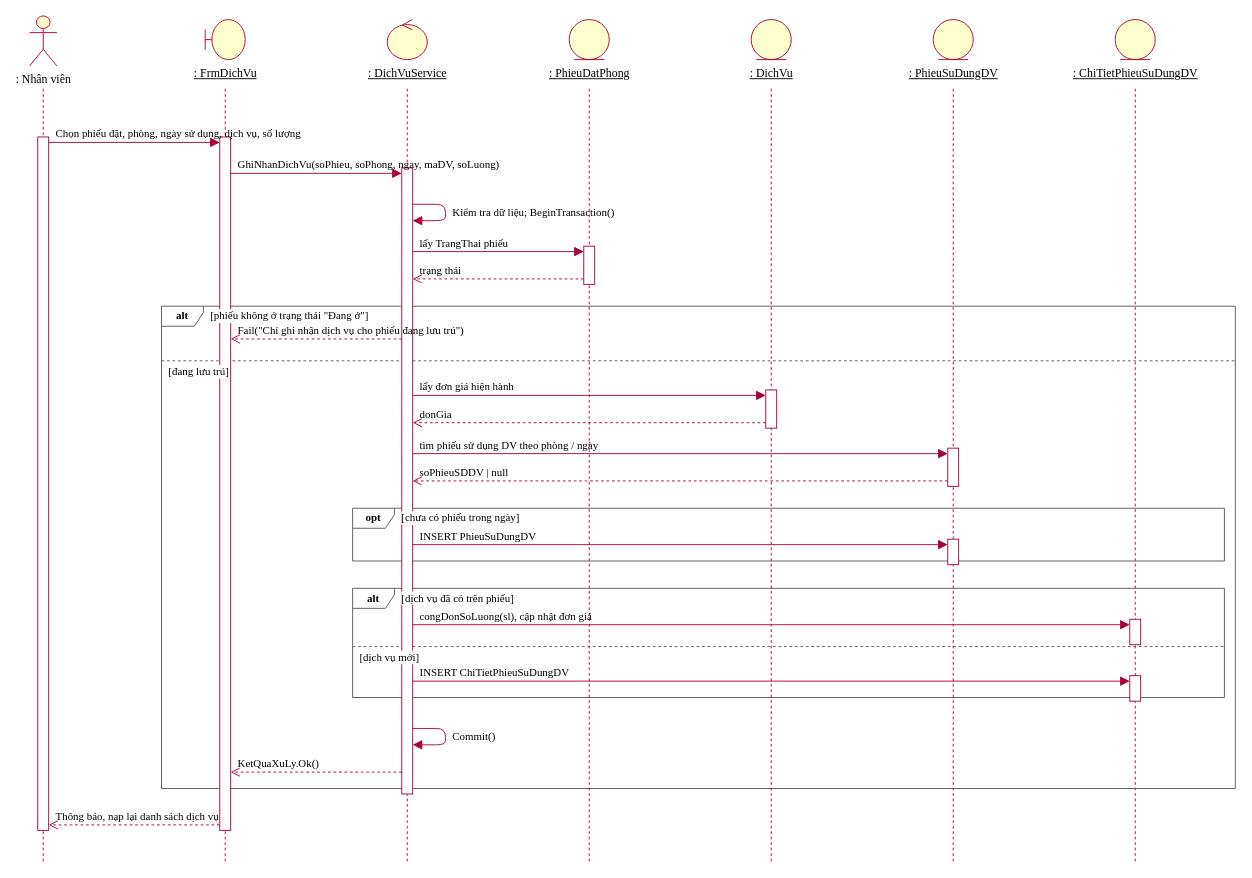
Before: IMAGES/LAB3/H5_Sequence_GhiNhanDichVu.drawio in nguyenquocan5432-bot/LAB_AT_OOSD, a draw.io diagram. Source tidied: cells renumbered, new cells numbered last; positions are measured from the earlier drawing's top-left corner, leaving out a move shared by most shapes. Both pictures are drawn from the tidied source at 91%, with x=0, y=0 at pixel (29, 15).
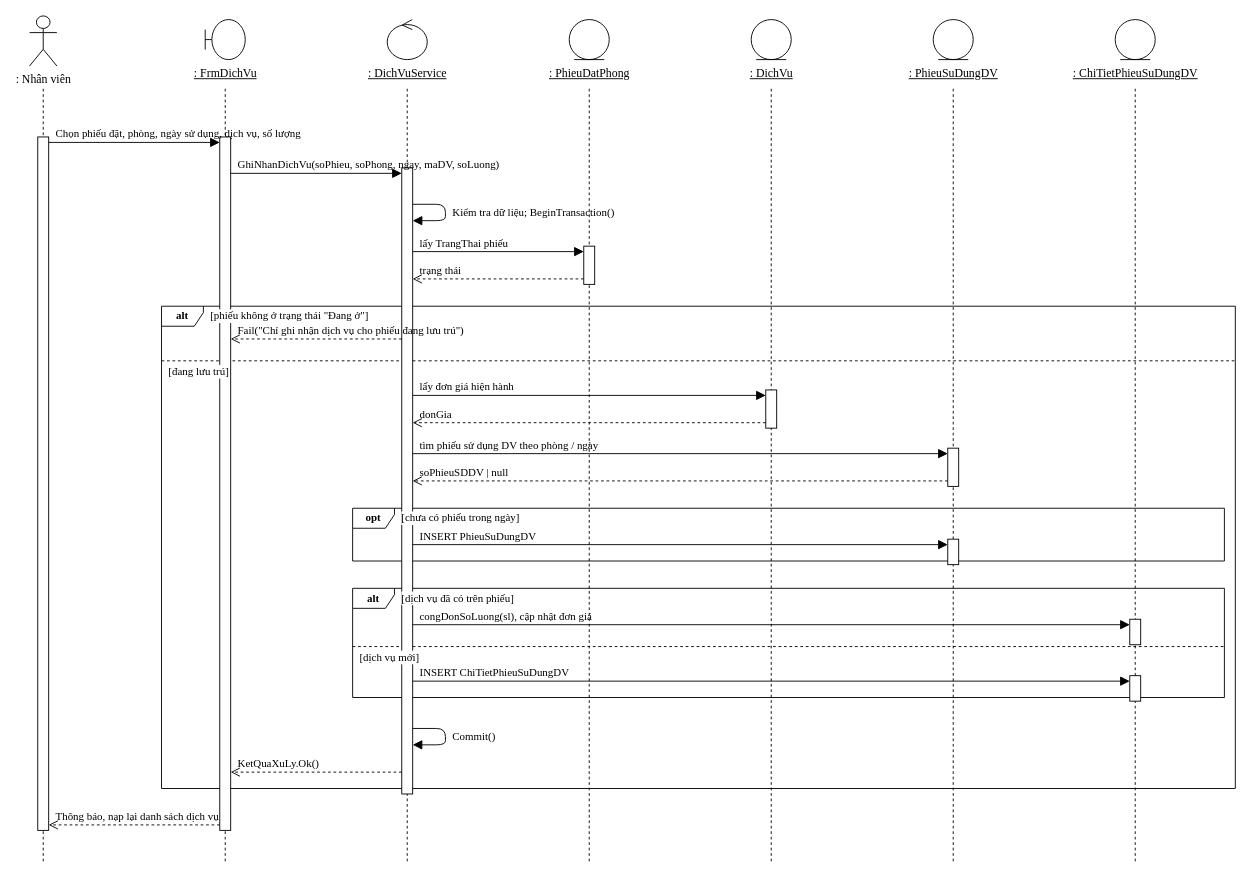
The same diagram, later.

Change to the diagram source:
```diff
@@
-    <mxCell id="2" value=": Nhân viên" style="shape=umlActor;verticalLabelPosition=bottom;verticalAlign=top;html=1;fillColor=#FEFECE;strokeColor=#A80036;fontFamily=Times New Roman;fontSize=13;" parent="1" vertex="1">
+    <mxCell id="2" value=": Nhân viên" style="shape=umlActor;verticalLabelPosition=bottom;verticalAlign=top;html=1;fontFamily=Times New Roman;fontSize=13;" parent="1" vertex="1">
       <mxGeometry width="30" height="55" as="geometry" />
     </mxCell>
-    <mxCell id="3" style="endArrow=none;html=1;dashed=1;strokeColor=#A80036;" parent="1" edge="1">
+    <mxCell id="3" style="endArrow=none;html=1;dashed=1;" parent="1" edge="1">
       <mxGeometry relative="1" as="geometry">
         <mxPoint x="15" y="80" as="sourcePoint" />
         <mxPoint x="15" y="929" as="targetPoint" />
       </mxGeometry>
     </mxCell>
-    <mxCell id="4" style="shape=umlBoundary;whiteSpace=wrap;html=1;fillColor=#FEFECE;strokeColor=#A80036;" parent="1" vertex="1">
+    <mxCell id="4" style="shape=umlBoundary;whiteSpace=wrap;html=1;" parent="1" vertex="1">
       <mxGeometry x="193" y="4" width="44" height="44" as="geometry" />
     </mxCell>
@@
-    <mxCell id="6" style="endArrow=none;html=1;dashed=1;strokeColor=#A80036;" parent="1" edge="1">
+    <mxCell id="6" style="endArrow=none;html=1;dashed=1;" parent="1" edge="1">
       <mxGeometry relative="1" as="geometry">
         <mxPoint x="215" y="80" as="sourcePoint" />
         <mxPoint x="215" y="929" as="targetPoint" />
       </mxGeometry>
     </mxCell>
-    <mxCell id="7" style="ellipse;shape=umlControl;whiteSpace=wrap;html=1;fillColor=#FEFECE;strokeColor=#A80036;" parent="1" vertex="1">
+    <mxCell id="7" style="ellipse;shape=umlControl;whiteSpace=wrap;html=1;" parent="1" vertex="1">
       <mxGeometry x="393" y="4" width="44" height="44" as="geometry" />
     </mxCell>
@@
-    <mxCell id="9" style="endArrow=none;html=1;dashed=1;strokeColor=#A80036;" parent="1" edge="1">
+    <mxCell id="9" style="endArrow=none;html=1;dashed=1;" parent="1" edge="1">
       <mxGeometry relative="1" as="geometry">
         <mxPoint x="415" y="80" as="sourcePoint" />
         <mxPoint x="415" y="929" as="targetPoint" />
       </mxGeometry>
     </mxCell>
-    <mxCell id="10" style="ellipse;shape=umlEntity;whiteSpace=wrap;html=1;fillColor=#FEFECE;strokeColor=#A80036;" parent="1" vertex="1">
+    <mxCell id="10" style="ellipse;shape=umlEntity;whiteSpace=wrap;html=1;" parent="1" vertex="1">
       <mxGeometry x="593" y="4" width="44" height="44" as="geometry" />
     </mxCell>
@@
-    <mxCell id="12" style="endArrow=none;html=1;dashed=1;strokeColor=#A80036;" parent="1" edge="1">
+    <mxCell id="12" style="endArrow=none;html=1;dashed=1;" parent="1" edge="1">
       <mxGeometry relative="1" as="geometry">
         <mxPoint x="615" y="80" as="sourcePoint" />
         <mxPoint x="615" y="929" as="targetPoint" />
       </mxGeometry>
     </mxCell>
-    <mxCell id="13" style="ellipse;shape=umlEntity;whiteSpace=wrap;html=1;fillColor=#FEFECE;strokeColor=#A80036;" parent="1" vertex="1">
+    <mxCell id="13" style="ellipse;shape=umlEntity;whiteSpace=wrap;html=1;" parent="1" vertex="1">
       <mxGeometry x="793" y="4" width="44" height="44" as="geometry" />
     </mxCell>
@@
-    <mxCell id="15" style="endArrow=none;html=1;dashed=1;strokeColor=#A80036;" parent="1" edge="1">
+    <mxCell id="15" style="endArrow=none;html=1;dashed=1;" parent="1" edge="1">
       <mxGeometry relative="1" as="geometry">
         <mxPoint x="815" y="80" as="sourcePoint" />
         <mxPoint x="815" y="929" as="targetPoint" />
       </mxGeometry>
     </mxCell>
-    <mxCell id="16" style="ellipse;shape=umlEntity;whiteSpace=wrap;html=1;fillColor=#FEFECE;strokeColor=#A80036;" parent="1" vertex="1">
+    <mxCell id="16" style="ellipse;shape=umlEntity;whiteSpace=wrap;html=1;" parent="1" vertex="1">
       <mxGeometry x="993" y="4" width="44" height="44" as="geometry" />
     </mxCell>
@@
-    <mxCell id="18" style="endArrow=none;html=1;dashed=1;strokeColor=#A80036;" parent="1" edge="1">
+    <mxCell id="18" style="endArrow=none;html=1;dashed=1;" parent="1" edge="1">
       <mxGeometry relative="1" as="geometry">
         <mxPoint x="1015" y="80" as="sourcePoint" />
         <mxPoint x="1015" y="929" as="targetPoint" />
       </mxGeometry>
     </mxCell>
-    <mxCell id="19" style="ellipse;shape=umlEntity;whiteSpace=wrap;html=1;fillColor=#FEFECE;strokeColor=#A80036;" parent="1" vertex="1">
+    <mxCell id="19" style="ellipse;shape=umlEntity;whiteSpace=wrap;html=1;" parent="1" vertex="1">
       <mxGeometry x="1193" y="4" width="44" height="44" as="geometry" />
     </mxCell>
@@
-    <mxCell id="21" style="endArrow=none;html=1;dashed=1;strokeColor=#A80036;" parent="1" edge="1">
+    <mxCell id="21" style="endArrow=none;html=1;dashed=1;" parent="1" edge="1">
       <mxGeometry relative="1" as="geometry">
         <mxPoint x="1215" y="80" as="sourcePoint" />
         <mxPoint x="1215" y="929" as="targetPoint" />
       </mxGeometry>
     </mxCell>
-    <mxCell id="22" value="alt" style="shape=umlFrame;whiteSpace=wrap;html=1;width=46;height=22;fillColor=none;strokeColor=#555555;fontFamily=Times New Roman;fontSize=12;fontStyle=1;" parent="1" vertex="1">
+    <mxCell id="22" value="alt" style="shape=umlFrame;whiteSpace=wrap;html=1;width=46;height=22;fontFamily=Times New Roman;fontSize=12;fontStyle=1;" parent="1" vertex="1">
       <mxGeometry x="145" y="319" width="1180" height="530" as="geometry" />
     </mxCell>
-    <mxCell id="23" style="endArrow=none;html=1;dashed=1;strokeColor=#555555;" parent="1" edge="1">
+    <mxCell id="23" style="endArrow=none;html=1;dashed=1;" parent="1" edge="1">
       <mxGeometry relative="1" as="geometry">
         <mxPoint x="145" y="379" as="sourcePoint" />
         <mxPoint x="1325" y="379" as="targetPoint" />
       </mxGeometry>
     </mxCell>
-    <mxCell id="24" value="opt" style="shape=umlFrame;whiteSpace=wrap;html=1;width=46;height=22;fillColor=none;strokeColor=#555555;fontFamily=Times New Roman;fontSize=12;fontStyle=1;" parent="1" vertex="1">
+    <mxCell id="24" value="opt" style="shape=umlFrame;whiteSpace=wrap;html=1;width=46;height=22;fontFamily=Times New Roman;fontSize=12;fontStyle=1;" parent="1" vertex="1">
       <mxGeometry x="355" y="541" width="958" height="58" as="geometry" />
     </mxCell>
-    <mxCell id="25" value="alt" style="shape=umlFrame;whiteSpace=wrap;html=1;width=46;height=22;fillColor=none;strokeColor=#555555;fontFamily=Times New Roman;fontSize=12;fontStyle=1;" parent="1" vertex="1">
+    <mxCell id="25" value="alt" style="shape=umlFrame;whiteSpace=wrap;html=1;width=46;height=22;fontFamily=Times New Roman;fontSize=12;fontStyle=1;" parent="1" vertex="1">
       <mxGeometry x="355" y="629" width="958" height="120" as="geometry" />
     </mxCell>
-    <mxCell id="26" style="endArrow=none;html=1;dashed=1;strokeColor=#555555;" parent="1" edge="1">
+    <mxCell id="26" style="endArrow=none;html=1;dashed=1;" parent="1" edge="1">
       <mxGeometry relative="1" as="geometry">
         <mxPoint x="355" y="693" as="sourcePoint" />
         <mxPoint x="1313" y="693" as="targetPoint" />
       </mxGeometry>
     </mxCell>
-    <mxCell id="27" style="rounded=0;whiteSpace=wrap;html=1;fillColor=#FFFFFF;strokeColor=#A80036;" parent="1" vertex="1">
+    <mxCell id="27" style="rounded=0;whiteSpace=wrap;html=1;" parent="1" vertex="1">
       <mxGeometry x="609" y="253" width="12" height="42" as="geometry" />
     </mxCell>
-    <mxCell id="28" style="rounded=0;whiteSpace=wrap;html=1;fillColor=#FFFFFF;strokeColor=#A80036;" parent="1" vertex="1">
+    <mxCell id="28" style="rounded=0;whiteSpace=wrap;html=1;" parent="1" vertex="1">
       <mxGeometry x="809" y="411" width="12" height="42" as="geometry" />
     </mxCell>
-    <mxCell id="29" style="rounded=0;whiteSpace=wrap;html=1;fillColor=#FFFFFF;strokeColor=#A80036;" parent="1" vertex="1">
+    <mxCell id="29" style="rounded=0;whiteSpace=wrap;html=1;" parent="1" vertex="1">
       <mxGeometry x="1009" y="475" width="12" height="42" as="geometry" />
     </mxCell>
-    <mxCell id="30" style="rounded=0;whiteSpace=wrap;html=1;fillColor=#FFFFFF;strokeColor=#A80036;" parent="1" vertex="1">
+    <mxCell id="30" style="rounded=0;whiteSpace=wrap;html=1;" parent="1" vertex="1">
       <mxGeometry x="1009" y="575" width="12" height="28" as="geometry" />
     </mxCell>
-    <mxCell id="31" style="rounded=0;whiteSpace=wrap;html=1;fillColor=#FFFFFF;strokeColor=#A80036;" parent="1" vertex="1">
+    <mxCell id="31" style="rounded=0;whiteSpace=wrap;html=1;" parent="1" vertex="1">
       <mxGeometry x="1209" y="663" width="12" height="28" as="geometry" />
     </mxCell>
-    <mxCell id="32" style="rounded=0;whiteSpace=wrap;html=1;fillColor=#FFFFFF;strokeColor=#A80036;" parent="1" vertex="1">
+    <mxCell id="32" style="rounded=0;whiteSpace=wrap;html=1;" parent="1" vertex="1">
       <mxGeometry x="1209" y="725" width="12" height="28" as="geometry" />
     </mxCell>
-    <mxCell id="33" style="rounded=0;whiteSpace=wrap;html=1;fillColor=#FFFFFF;strokeColor=#A80036;" parent="1" vertex="1">
+    <mxCell id="33" style="rounded=0;whiteSpace=wrap;html=1;" parent="1" vertex="1">
       <mxGeometry x="409" y="167" width="12" height="688" as="geometry" />
     </mxCell>
-    <mxCell id="34" style="rounded=0;whiteSpace=wrap;html=1;fillColor=#FFFFFF;strokeColor=#A80036;" parent="1" vertex="1">
+    <mxCell id="34" style="rounded=0;whiteSpace=wrap;html=1;" parent="1" vertex="1">
       <mxGeometry x="209" y="133" width="12" height="762" as="geometry" />
     </mxCell>
-    <mxCell id="35" style="rounded=0;whiteSpace=wrap;html=1;fillColor=#FFFFFF;strokeColor=#A80036;" parent="1" vertex="1">
+    <mxCell id="35" style="rounded=0;whiteSpace=wrap;html=1;" parent="1" vertex="1">
       <mxGeometry x="9" y="133" width="12" height="762" as="geometry" />
     </mxCell>
@@
-    <mxCell id="41" value="Chọn phiếu đặt, phòng, ngày sử dụng, dịch vụ, số lượng" style="html=1;endArrow=block;endFill=1;endSize=8;strokeColor=#A80036;fontFamily=Times New Roman;fontSize=12;verticalAlign=bottom;align=left;spacingLeft=6;labelBackgroundColor=none;" parent="1" edge="1">
+    <mxCell id="41" value="Chọn phiếu đặt, phòng, ngày sử dụng, dịch vụ, số lượng" style="html=1;endArrow=block;endFill=1;endSize=8;fontFamily=Times New Roman;fontSize=12;verticalAlign=bottom;align=left;spacingLeft=6;labelBackgroundColor=none;" parent="1" edge="1">
       <mxGeometry x="-1" relative="1" as="geometry">
         <mxPoint x="21" y="139" as="sourcePoint" />
         <mxPoint x="209" y="139" as="targetPoint" />
       </mxGeometry>
     </mxCell>
-    <mxCell id="42" value="GhiNhanDichVu(soPhieu, soPhong, ngay, maDV, soLuong)" style="html=1;endArrow=block;endFill=1;endSize=8;strokeColor=#A80036;fontFamily=Times New Roman;fontSize=12;verticalAlign=bottom;align=left;spacingLeft=6;labelBackgroundColor=none;" parent="1" edge="1">
+    <mxCell id="42" value="GhiNhanDichVu(soPhieu, soPhong, ngay, maDV, soLuong)" style="html=1;endArrow=block;endFill=1;endSize=8;fontFamily=Times New Roman;fontSize=12;verticalAlign=bottom;align=left;spacingLeft=6;labelBackgroundColor=none;" parent="1" edge="1">
       <mxGeometry x="-1" relative="1" as="geometry">
         <mxPoint x="221" y="173" as="sourcePoint" />
         <mxPoint x="409" y="173" as="targetPoint" />
       </mxGeometry>
     </mxCell>
-    <mxCell id="43" style="html=1;endArrow=block;endFill=1;endSize=8;strokeColor=#A80036;fontFamily=Times New Roman;fontSize=12;verticalAlign=bottom;align=left;spacingLeft=6;labelBackgroundColor=none;" parent="1" edge="1">
+    <mxCell id="43" style="html=1;endArrow=block;endFill=1;endSize=8;fontFamily=Times New Roman;fontSize=12;verticalAlign=bottom;align=left;spacingLeft=6;labelBackgroundColor=none;" parent="1" edge="1">
       <mxGeometry relative="1" as="geometry">
         <mxPoint x="421" y="207" as="sourcePoint" />
         <mxPoint x="421" y="225" as="targetPoint" />
         <Array as="points">
           <mxPoint x="457" y="207" />
           <mxPoint x="457" y="225" />
         </Array>
       </mxGeometry>
     </mxCell>
@@
-    <mxCell id="45" value="lấy TrangThai phiếu" style="html=1;endArrow=block;endFill=1;endSize=8;strokeColor=#A80036;fontFamily=Times New Roman;fontSize=12;verticalAlign=bottom;align=left;spacingLeft=6;labelBackgroundColor=none;" parent="1" edge="1">
+    <mxCell id="45" value="lấy TrangThai phiếu" style="html=1;endArrow=block;endFill=1;endSize=8;fontFamily=Times New Roman;fontSize=12;verticalAlign=bottom;align=left;spacingLeft=6;labelBackgroundColor=none;" parent="1" edge="1">
       <mxGeometry x="-1" relative="1" as="geometry">
         <mxPoint x="421" y="259" as="sourcePoint" />
         <mxPoint x="609" y="259" as="targetPoint" />
       </mxGeometry>
     </mxCell>
-    <mxCell id="46" value="trạng thái" style="html=1;endArrow=open;endSize=8;dashed=1;strokeColor=#A80036;fontFamily=Times New Roman;fontSize=12;verticalAlign=bottom;align=left;spacingLeft=6;labelBackgroundColor=none;" parent="1" edge="1">
+    <mxCell id="46" value="trạng thái" style="html=1;endArrow=open;endSize=8;dashed=1;fontFamily=Times New Roman;fontSize=12;verticalAlign=bottom;align=left;spacingLeft=6;labelBackgroundColor=none;" parent="1" edge="1">
       <mxGeometry x="1" relative="1" as="geometry">
         <mxPoint x="609" y="289" as="sourcePoint" />
         <mxPoint x="421" y="289" as="targetPoint" />
       </mxGeometry>
     </mxCell>
-    <mxCell id="47" value="Fail(&quot;Chỉ ghi nhận dịch vụ cho phiếu đang lưu trú&quot;)" style="html=1;endArrow=open;endSize=8;dashed=1;strokeColor=#A80036;fontFamily=Times New Roman;fontSize=12;verticalAlign=bottom;align=left;spacingLeft=6;labelBackgroundColor=none;" parent="1" edge="1">
+    <mxCell id="47" value="Fail(&quot;Chỉ ghi nhận dịch vụ cho phiếu đang lưu trú&quot;)" style="html=1;endArrow=open;endSize=8;dashed=1;fontFamily=Times New Roman;fontSize=12;verticalAlign=bottom;align=left;spacingLeft=6;labelBackgroundColor=none;" parent="1" edge="1">
       <mxGeometry x="1" relative="1" as="geometry">
         <mxPoint x="409" y="355" as="sourcePoint" />
         <mxPoint x="221" y="355" as="targetPoint" />
       </mxGeometry>
     </mxCell>
-    <mxCell id="48" value="lấy đơn giá hiện hành" style="html=1;endArrow=block;endFill=1;endSize=8;strokeColor=#A80036;fontFamily=Times New Roman;fontSize=12;verticalAlign=bottom;align=left;spacingLeft=6;labelBackgroundColor=none;" parent="1" edge="1">
+    <mxCell id="48" value="lấy đơn giá hiện hành" style="html=1;endArrow=block;endFill=1;endSize=8;fontFamily=Times New Roman;fontSize=12;verticalAlign=bottom;align=left;spacingLeft=6;labelBackgroundColor=none;" parent="1" edge="1">
       <mxGeometry x="-1" relative="1" as="geometry">
         <mxPoint x="421" y="417" as="sourcePoint" />
         <mxPoint x="809" y="417" as="targetPoint" />
       </mxGeometry>
     </mxCell>
-    <mxCell id="49" value="donGia" style="html=1;endArrow=open;endSize=8;dashed=1;strokeColor=#A80036;fontFamily=Times New Roman;fontSize=12;verticalAlign=bottom;align=left;spacingLeft=6;labelBackgroundColor=none;" parent="1" edge="1">
+    <mxCell id="49" value="donGia" style="html=1;endArrow=open;endSize=8;dashed=1;fontFamily=Times New Roman;fontSize=12;verticalAlign=bottom;align=left;spacingLeft=6;labelBackgroundColor=none;" parent="1" edge="1">
       <mxGeometry x="1" relative="1" as="geometry">
         <mxPoint x="809" y="447" as="sourcePoint" />
         <mxPoint x="421" y="447" as="targetPoint" />
       </mxGeometry>
     </mxCell>
-    <mxCell id="50" value="tìm phiếu sử dụng DV theo phòng / ngày" style="html=1;endArrow=block;endFill=1;endSize=8;strokeColor=#A80036;fontFamily=Times New Roman;fontSize=12;verticalAlign=bottom;align=left;spacingLeft=6;labelBackgroundColor=none;" parent="1" edge="1">
+    <mxCell id="50" value="tìm phiếu sử dụng DV theo phòng / ngày" style="html=1;endArrow=block;endFill=1;endSize=8;fontFamily=Times New Roman;fontSize=12;verticalAlign=bottom;align=left;spacingLeft=6;labelBackgroundColor=none;" parent="1" edge="1">
       <mxGeometry x="-1" relative="1" as="geometry">
         <mxPoint x="421" y="481" as="sourcePoint" />
         <mxPoint x="1009" y="481" as="targetPoint" />
       </mxGeometry>
     </mxCell>
-    <mxCell id="51" value="soPhieuSDDV | null" style="html=1;endArrow=open;endSize=8;dashed=1;strokeColor=#A80036;fontFamily=Times New Roman;fontSize=12;verticalAlign=bottom;align=left;spacingLeft=6;labelBackgroundColor=none;" parent="1" edge="1">
+    <mxCell id="51" value="soPhieuSDDV | null" style="html=1;endArrow=open;endSize=8;dashed=1;fontFamily=Times New Roman;fontSize=12;verticalAlign=bottom;align=left;spacingLeft=6;labelBackgroundColor=none;" parent="1" edge="1">
       <mxGeometry x="1" relative="1" as="geometry">
         <mxPoint x="1009" y="511" as="sourcePoint" />
         <mxPoint x="421" y="511" as="targetPoint" />
       </mxGeometry>
     </mxCell>
-    <mxCell id="52" value="INSERT PhieuSuDungDV" style="html=1;endArrow=block;endFill=1;endSize=8;strokeColor=#A80036;fontFamily=Times New Roman;fontSize=12;verticalAlign=bottom;align=left;spacingLeft=6;labelBackgroundColor=none;" parent="1" edge="1">
+    <mxCell id="52" value="INSERT PhieuSuDungDV" style="html=1;endArrow=block;endFill=1;endSize=8;fontFamily=Times New Roman;fontSize=12;verticalAlign=bottom;align=left;spacingLeft=6;labelBackgroundColor=none;" parent="1" edge="1">
       <mxGeometry x="-1" relative="1" as="geometry">
         <mxPoint x="421" y="581" as="sourcePoint" />
         <mxPoint x="1009" y="581" as="targetPoint" />
       </mxGeometry>
     </mxCell>
-    <mxCell id="53" value="congDonSoLuong(sl), cập nhật đơn giá" style="html=1;endArrow=block;endFill=1;endSize=8;strokeColor=#A80036;fontFamily=Times New Roman;fontSize=12;verticalAlign=bottom;align=left;spacingLeft=6;labelBackgroundColor=none;" parent="1" edge="1">
+    <mxCell id="53" value="congDonSoLuong(sl), cập nhật đơn giá" style="html=1;endArrow=block;endFill=1;endSize=8;fontFamily=Times New Roman;fontSize=12;verticalAlign=bottom;align=left;spacingLeft=6;labelBackgroundColor=none;" parent="1" edge="1">
       <mxGeometry x="-1" relative="1" as="geometry">
         <mxPoint x="421" y="669" as="sourcePoint" />
         <mxPoint x="1209" y="669" as="targetPoint" />
       </mxGeometry>
     </mxCell>
-    <mxCell id="54" value="INSERT ChiTietPhieuSuDungDV" style="html=1;endArrow=block;endFill=1;endSize=8;strokeColor=#A80036;fontFamily=Times New Roman;fontSize=12;verticalAlign=bottom;align=left;spacingLeft=6;labelBackgroundColor=none;" parent="1" edge="1">
+    <mxCell id="54" value="INSERT ChiTietPhieuSuDungDV" style="html=1;endArrow=block;endFill=1;endSize=8;fontFamily=Times New Roman;fontSize=12;verticalAlign=bottom;align=left;spacingLeft=6;labelBackgroundColor=none;" parent="1" edge="1">
       <mxGeometry x="-1" relative="1" as="geometry">
         <mxPoint x="421" y="731" as="sourcePoint" />
         <mxPoint x="1209" y="731" as="targetPoint" />
       </mxGeometry>
     </mxCell>
-    <mxCell id="55" style="html=1;endArrow=block;endFill=1;endSize=8;strokeColor=#A80036;fontFamily=Times New Roman;fontSize=12;verticalAlign=bottom;align=left;spacingLeft=6;labelBackgroundColor=none;" parent="1" edge="1">
+    <mxCell id="55" style="html=1;endArrow=block;endFill=1;endSize=8;fontFamily=Times New Roman;fontSize=12;verticalAlign=bottom;align=left;spacingLeft=6;labelBackgroundColor=none;" parent="1" edge="1">
       <mxGeometry relative="1" as="geometry">
         <mxPoint x="421" y="783" as="sourcePoint" />
         <mxPoint x="421" y="801" as="targetPoint" />
         <Array as="points">
           <mxPoint x="457" y="783" />
           <mxPoint x="457" y="801" />
         </Array>
       </mxGeometry>
     </mxCell>
@@
-    <mxCell id="57" value="KetQuaXuLy.Ok()" style="html=1;endArrow=open;endSize=8;dashed=1;strokeColor=#A80036;fontFamily=Times New Roman;fontSize=12;verticalAlign=bottom;align=left;spacingLeft=6;labelBackgroundColor=none;" parent="1" edge="1">
+    <mxCell id="57" value="KetQuaXuLy.Ok()" style="html=1;endArrow=open;endSize=8;dashed=1;fontFamily=Times New Roman;fontSize=12;verticalAlign=bottom;align=left;spacingLeft=6;labelBackgroundColor=none;" parent="1" edge="1">
       <mxGeometry x="1" relative="1" as="geometry">
         <mxPoint x="409" y="831" as="sourcePoint" />
         <mxPoint x="221" y="831" as="targetPoint" />
       </mxGeometry>
     </mxCell>
-    <mxCell id="58" value="Thông báo, nạp lại danh sách dịch vụ" style="html=1;endArrow=open;endSize=8;dashed=1;strokeColor=#A80036;fontFamily=Times New Roman;fontSize=12;verticalAlign=bottom;align=left;spacingLeft=6;labelBackgroundColor=none;" parent="1" edge="1">
+    <mxCell id="58" value="Thông báo, nạp lại danh sách dịch vụ" style="html=1;endArrow=open;endSize=8;dashed=1;fontFamily=Times New Roman;fontSize=12;verticalAlign=bottom;align=left;spacingLeft=6;labelBackgroundColor=none;" parent="1" edge="1">
       <mxGeometry x="1" relative="1" as="geometry">
         <mxPoint x="209" y="889" as="sourcePoint" />
         <mxPoint x="21" y="889" as="targetPoint" />
       </mxGeometry>
     </mxCell>
```
